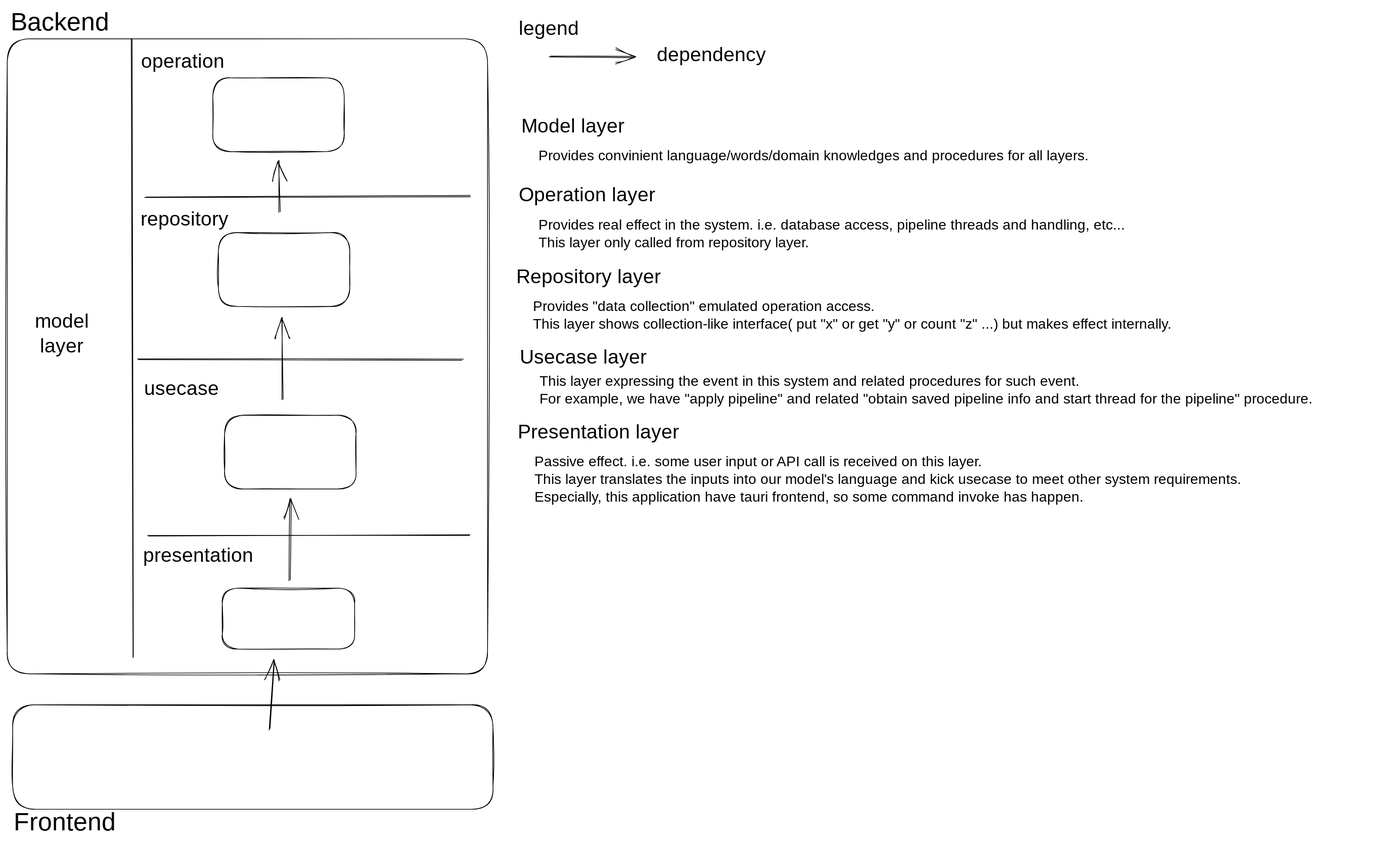
Earlier version of the Excalidraw export docs/architecture.svg (yuniruyuni/MrDamian-Old). Source tidied: one line per element, renumbered; positions are measured from the earlier drawing's top-left corner, leaving out a move shared by most shapes. Its diagram source:
```json
{"id": 0, "type": "rectangle", "strokeColor": "#000000", "strokeWidth": 1, "roughness": 1, "round": true, "x": 0, "y": 45, "width": 679, "height": 897}
{"id": 1, "type": "rectangle", "strokeColor": "#000000", "strokeWidth": 1, "roughness": 1, "round": true, "x": 8, "y": 986, "width": 679, "height": 148}
{"id": 2, "type": "text", "text": "Frontend", "strokeColor": "#000000", "strokeWidth": 1, "roughness": 1, "fontSize": 36, "fontFamily": 1, "x": 9, "y": 1130, "width": 150, "height": 45}
{"id": 3, "type": "text", "text": "Backend", "strokeColor": "#000000", "strokeWidth": 1, "roughness": 1, "fontSize": 36, "fontFamily": 1, "x": 5, "y": 0, "width": 143, "height": 45}
{"id": 4, "type": "rectangle", "strokeColor": "#000000", "strokeWidth": 1, "roughness": 1, "round": true, "x": 307, "y": 577, "width": 186, "height": 104}
{"id": 5, "type": "rectangle", "strokeColor": "#000000", "strokeWidth": 1, "roughness": 1, "round": true, "x": 298, "y": 319, "width": 186, "height": 104}
{"id": 6, "type": "rectangle", "strokeColor": "#000000", "strokeWidth": 1, "roughness": 1, "round": true, "x": 290, "y": 100, "width": 186, "height": 104}
{"id": 7, "type": "text", "text": "Model layer", "strokeColor": "#000000", "strokeWidth": 1, "roughness": 1, "fontSize": 28, "fontFamily": 1, "x": 726, "y": 152, "width": 156, "height": 35}
{"id": 8, "type": "text", "text": "Operation layer", "strokeColor": "#000000", "strokeWidth": 1, "roughness": 1, "fontSize": 28, "fontFamily": 1, "x": 723, "y": 249, "width": 211, "height": 35}
{"id": 9, "type": "text", "text": "Repository layer", "strokeColor": "#000000", "strokeWidth": 1, "roughness": 1, "fontSize": 28, "fontFamily": 1, "x": 719, "y": 365, "width": 222, "height": 35}
{"id": 10, "type": "text", "text": "Presentation layer", "strokeColor": "#000000", "strokeWidth": 1, "roughness": 1, "fontSize": 28, "fontFamily": 1, "x": 721, "y": 584, "width": 255, "height": 35}
{"id": 11, "type": "text", "text": "Usecase layer", "strokeColor": "#000000", "strokeWidth": 1, "roughness": 1, "fontSize": 28, "fontFamily": 1, "x": 725, "y": 479, "width": 194, "height": 35}
{"id": 12, "type": "text", "text": "Provides convinient language/words/domain knowledges and procedures for all layers.", "strokeColor": "#000000", "strokeWidth": 1, "roughness": 1, "fontSize": 20, "fontFamily": 1, "x": 750, "y": 198, "width": 828, "height": 25}
{"id": 13, "type": "text", "text": "Provides real effect in the system. i.e. database access, pipeline threads and handling, etc...\nThis layer only called from repository layer.", "strokeColor": "#000000", "strokeWidth": 1, "roughness": 1, "fontSize": 20, "fontFamily": 1, "x": 751, "y": 297, "width": 923, "height": 50}
{"id": 14, "type": "text", "text": "Provides \"data collection\" emulated operation access.\nThis layer shows collection-like interface( put \"x\" or get \"y\" or count \"z\" ...) but makes effect internally.", "strokeColor": "#000000", "strokeWidth": 1, "roughness": 1, "fontSize": 20, "fontFamily": 1, "x": 743, "y": 412, "width": 1035, "height": 50}
{"id": 15, "type": "text", "text": "This layer expressing the event in this system and related procedures for such event.\nFor example, we have \"apply pipeline\" and related \"obtain saved pipeline info and start thread for the pipeline\" procedure.", "strokeColor": "#000000", "strokeWidth": 1, "roughness": 1, "fontSize": 20, "fontFamily": 1, "x": 752, "y": 517, "width": 1199, "height": 50}
{"id": 16, "type": "text", "text": "Passive effect. i.e. some user input or API call is received on this layer.\nThis layer translates the inputs into our model's language and kick usecase to meet other system requirements.\nEspecially, this application have tauri frontend, so some command invoke has happen.", "strokeColor": "#000000", "strokeWidth": 1, "roughness": 1, "fontSize": 20, "fontFamily": 1, "x": 745, "y": 631, "width": 1120, "height": 75}
{"id": 17, "type": "line", "strokeColor": "#000000", "strokeWidth": 1, "roughness": 1, "round": true, "x": 185, "y": 498, "width": 459, "height": 0, "points": [[0, 0], [459, 0]]}
{"id": 18, "type": "line", "strokeColor": "#000000", "strokeWidth": 1, "roughness": 1, "round": true, "x": 195, "y": 268, "width": 459, "height": 0, "points": [[0, 0], [459, 0]]}
{"id": 19, "type": "line", "strokeColor": "#000000", "strokeWidth": 1, "roughness": 1, "round": true, "x": 176, "y": 44, "width": 1, "height": 874, "points": [[0, 0], [1, 874]]}
{"id": 20, "type": "line", "strokeColor": "#000000", "strokeWidth": 1, "roughness": 1, "round": true, "x": 199, "y": 747, "width": 454, "height": 1, "points": [[0, 0], [454, -1]]}
{"id": 21, "type": "text", "text": "usecase", "strokeColor": "#000000", "strokeWidth": 1, "roughness": 1, "fontSize": 28, "fontFamily": 1, "x": 193, "y": 523, "width": 110, "height": 35}
{"id": 22, "type": "text", "text": "operation", "strokeColor": "#000000", "strokeWidth": 1, "roughness": 1, "fontSize": 28, "fontFamily": 1, "x": 189, "y": 61, "width": 126, "height": 35}
{"id": 23, "type": "text", "text": "repository", "strokeColor": "#000000", "strokeWidth": 1, "roughness": 1, "fontSize": 28, "fontFamily": 1, "x": 188, "y": 284, "width": 135, "height": 35}
{"id": 24, "type": "text", "text": "presentation", "strokeColor": "#000000", "strokeWidth": 1, "roughness": 1, "fontSize": 28, "fontFamily": 1, "x": 192, "y": 759, "width": 170, "height": 35}
{"id": 25, "type": "text", "text": "model\nlayer", "strokeColor": "#000000", "strokeWidth": 1, "roughness": 1, "fontSize": 28, "fontFamily": 1, "textAlign": "center", "x": 41, "y": 428, "width": 72, "height": 70}
{"id": 26, "type": "rectangle", "strokeColor": "#000000", "strokeWidth": 1, "roughness": 1, "round": true, "x": 304, "y": 821, "width": 187, "height": 86}
{"id": 27, "type": "arrow", "strokeColor": "#000000", "strokeWidth": 1, "roughness": 1, "endArrowhead": "arrow", "round": true, "from": 26, "to": 4, "x": 399, "y": 811, "width": 1, "height": 114, "points": [[0, 0], [1, -114]]}
{"id": 28, "type": "arrow", "strokeColor": "#000000", "strokeWidth": 1, "roughness": 1, "endArrowhead": "arrow", "round": true, "x": 766, "y": 70, "width": 121, "height": 0, "points": [[0, 0], [121, 0]]}
{"id": 29, "type": "text", "text": "legend", "strokeColor": "#000000", "strokeWidth": 1, "roughness": 1, "fontSize": 28, "fontFamily": 1, "x": 723, "y": 14, "width": 81, "height": 35}
{"id": 30, "type": "text", "text": "dependency", "strokeColor": "#000000", "strokeWidth": 1, "roughness": 1, "fontSize": 28, "fontFamily": 1, "x": 918, "y": 51, "width": 145, "height": 35}
{"id": 31, "type": "arrow", "strokeColor": "#000000", "strokeWidth": 1, "roughness": 1, "endArrowhead": "arrow", "round": true, "from": 4, "to": 5, "x": 389, "y": 554, "width": 1, "height": 115, "points": [[0, 0], [-1, -115]]}
{"id": 32, "type": "arrow", "strokeColor": "#000000", "strokeWidth": 1, "roughness": 1, "endArrowhead": "arrow", "round": true, "to": 6, "x": 384, "y": 289, "width": 0, "height": 72, "points": [[0, 0], [0, -72]]}
{"id": 33, "type": "arrow", "strokeColor": "#000000", "strokeWidth": 1, "roughness": 1, "endArrowhead": "arrow", "round": true, "to": 26, "x": 371, "y": 1020, "width": 6, "height": 97, "points": [[0, 0], [6, -97]]}
```
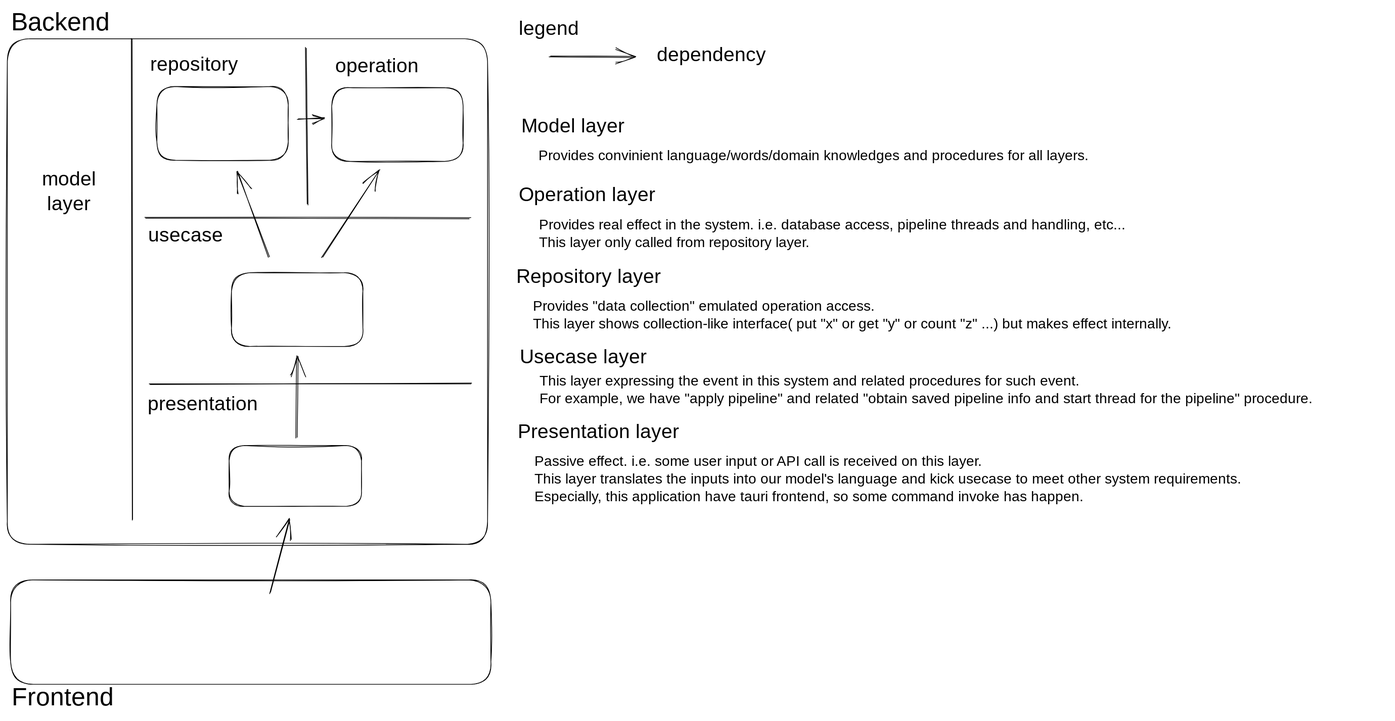
The same diagram one commit later.

The edit, as a diff of the source:
```diff
@@ -1,10 +1,10 @@
-{"id": 0, "type": "rectangle", "strokeColor": "#000000", "strokeWidth": 1, "roughness": 1, "round": true, "x": 0, "y": 45, "width": 679, "height": 897}
+{"id": 0, "type": "rectangle", "strokeColor": "#000000", "strokeWidth": 1, "roughness": 1, "round": true, "x": 0, "y": 45, "width": 679, "height": 715}
-{"id": 1, "type": "rectangle", "strokeColor": "#000000", "strokeWidth": 1, "roughness": 1, "round": true, "x": 8, "y": 986, "width": 679, "height": 148}
+{"id": 1, "type": "rectangle", "strokeColor": "#000000", "strokeWidth": 1, "roughness": 1, "round": true, "x": 5, "y": 810, "width": 679, "height": 148}
-{"id": 2, "type": "text", "text": "Frontend", "strokeColor": "#000000", "strokeWidth": 1, "roughness": 1, "fontSize": 36, "fontFamily": 1, "x": 9, "y": 1130, "width": 150, "height": 45}
+{"id": 2, "type": "text", "text": "Frontend", "strokeColor": "#000000", "strokeWidth": 1, "roughness": 1, "fontSize": 36, "fontFamily": 1, "x": 6, "y": 955, "width": 150, "height": 45}
 {"id": 3, "type": "text", "text": "Backend", "strokeColor": "#000000", "strokeWidth": 1, "roughness": 1, "fontSize": 36, "fontFamily": 1, "x": 5, "y": 0, "width": 143, "height": 45}
-{"id": 4, "type": "rectangle", "strokeColor": "#000000", "strokeWidth": 1, "roughness": 1, "round": true, "x": 307, "y": 577, "width": 186, "height": 104}
+{"id": 4, "type": "rectangle", "strokeColor": "#000000", "strokeWidth": 1, "roughness": 1, "round": true, "x": 317, "y": 376, "width": 186, "height": 104}
-{"id": 5, "type": "rectangle", "strokeColor": "#000000", "strokeWidth": 1, "roughness": 1, "round": true, "x": 298, "y": 319, "width": 186, "height": 104}
+{"id": 5, "type": "rectangle", "strokeColor": "#000000", "strokeWidth": 1, "roughness": 1, "round": true, "x": 211, "y": 112, "width": 186, "height": 104}
-{"id": 6, "type": "rectangle", "strokeColor": "#000000", "strokeWidth": 1, "roughness": 1, "round": true, "x": 290, "y": 100, "width": 186, "height": 104}
+{"id": 6, "type": "rectangle", "strokeColor": "#000000", "strokeWidth": 1, "roughness": 1, "round": true, "x": 458, "y": 114, "width": 186, "height": 104}
 {"id": 7, "type": "text", "text": "Model layer", "strokeColor": "#000000", "strokeWidth": 1, "roughness": 1, "fontSize": 28, "fontFamily": 1, "x": 726, "y": 152, "width": 156, "height": 35}
 {"id": 8, "type": "text", "text": "Operation layer", "strokeColor": "#000000", "strokeWidth": 1, "roughness": 1, "fontSize": 28, "fontFamily": 1, "x": 723, "y": 249, "width": 211, "height": 35}
 {"id": 9, "type": "text", "text": "Repository layer", "strokeColor": "#000000", "strokeWidth": 1, "roughness": 1, "fontSize": 28, "fontFamily": 1, "x": 719, "y": 365, "width": 222, "height": 35}
@@ -15,20 +15,21 @@
 {"id": 14, "type": "text", "text": "Provides \"data collection\" emulated operation access.\nThis layer shows collection-like interface( put \"x\" or get \"y\" or count \"z\" ...) but makes effect internally.", "strokeColor": "#000000", "strokeWidth": 1, "roughness": 1, "fontSize": 20, "fontFamily": 1, "x": 743, "y": 412, "width": 1035, "height": 50}
 {"id": 15, "type": "text", "text": "This layer expressing the event in this system and related procedures for such event.\nFor example, we have \"apply pipeline\" and related \"obtain saved pipeline info and start thread for the pipeline\" procedure.", "strokeColor": "#000000", "strokeWidth": 1, "roughness": 1, "fontSize": 20, "fontFamily": 1, "x": 752, "y": 517, "width": 1199, "height": 50}
 {"id": 16, "type": "text", "text": "Passive effect. i.e. some user input or API call is received on this layer.\nThis layer translates the inputs into our model's language and kick usecase to meet other system requirements.\nEspecially, this application have tauri frontend, so some command invoke has happen.", "strokeColor": "#000000", "strokeWidth": 1, "roughness": 1, "fontSize": 20, "fontFamily": 1, "x": 745, "y": 631, "width": 1120, "height": 75}
-{"id": 17, "type": "line", "strokeColor": "#000000", "strokeWidth": 1, "roughness": 1, "round": true, "x": 185, "y": 498, "width": 459, "height": 0, "points": [[0, 0], [459, 0]]}
+{"id": 17, "type": "line", "strokeColor": "#000000", "strokeWidth": 1, "roughness": 1, "round": true, "x": 195, "y": 299, "width": 459, "height": 0, "points": [[0, 0], [459, 0]]}
-{"id": 18, "type": "line", "strokeColor": "#000000", "strokeWidth": 1, "roughness": 1, "round": true, "x": 195, "y": 268, "width": 459, "height": 0, "points": [[0, 0], [459, 0]]}
+{"id": 34, "type": "line", "strokeColor": "#000000", "strokeWidth": 1, "roughness": 1, "round": true, "x": 422, "y": 59, "width": 3, "height": 220, "points": [[0, 0], [3, 220]]}
-{"id": 19, "type": "line", "strokeColor": "#000000", "strokeWidth": 1, "roughness": 1, "round": true, "x": 176, "y": 44, "width": 1, "height": 874, "points": [[0, 0], [1, 874]]}
+{"id": 19, "type": "line", "strokeColor": "#000000", "strokeWidth": 1, "roughness": 1, "round": true, "x": 176, "y": 44, "width": 0, "height": 681, "points": [[0, 0], [0, 681]]}
-{"id": 20, "type": "line", "strokeColor": "#000000", "strokeWidth": 1, "roughness": 1, "round": true, "x": 199, "y": 747, "width": 454, "height": 1, "points": [[0, 0], [454, -1]]}
+{"id": 20, "type": "line", "strokeColor": "#000000", "strokeWidth": 1, "roughness": 1, "round": true, "x": 202, "y": 533, "width": 454, "height": 1, "points": [[0, 0], [454, -1]]}
-{"id": 21, "type": "text", "text": "usecase", "strokeColor": "#000000", "strokeWidth": 1, "roughness": 1, "fontSize": 28, "fontFamily": 1, "x": 193, "y": 523, "width": 110, "height": 35}
+{"id": 21, "type": "text", "text": "usecase", "strokeColor": "#000000", "strokeWidth": 1, "roughness": 1, "fontSize": 28, "fontFamily": 1, "x": 199, "y": 307, "width": 110, "height": 35}
-{"id": 22, "type": "text", "text": "operation", "strokeColor": "#000000", "strokeWidth": 1, "roughness": 1, "fontSize": 28, "fontFamily": 1, "x": 189, "y": 61, "width": 126, "height": 35}
+{"id": 22, "type": "text", "text": "operation", "strokeColor": "#000000", "strokeWidth": 1, "roughness": 1, "fontSize": 28, "fontFamily": 1, "x": 463, "y": 67, "width": 126, "height": 35}
-{"id": 23, "type": "text", "text": "repository", "strokeColor": "#000000", "strokeWidth": 1, "roughness": 1, "fontSize": 28, "fontFamily": 1, "x": 188, "y": 284, "width": 135, "height": 35}
+{"id": 23, "type": "text", "text": "repository", "strokeColor": "#000000", "strokeWidth": 1, "roughness": 1, "fontSize": 28, "fontFamily": 1, "x": 202, "y": 65, "width": 135, "height": 35}
-{"id": 24, "type": "text", "text": "presentation", "strokeColor": "#000000", "strokeWidth": 1, "roughness": 1, "fontSize": 28, "fontFamily": 1, "x": 192, "y": 759, "width": 170, "height": 35}
+{"id": 24, "type": "text", "text": "presentation", "strokeColor": "#000000", "strokeWidth": 1, "roughness": 1, "fontSize": 28, "fontFamily": 1, "x": 198, "y": 545, "width": 170, "height": 35}
-{"id": 25, "type": "text", "text": "model\nlayer", "strokeColor": "#000000", "strokeWidth": 1, "roughness": 1, "fontSize": 28, "fontFamily": 1, "textAlign": "center", "x": 41, "y": 428, "width": 72, "height": 70}
+{"id": 25, "type": "text", "text": "model\nlayer", "strokeColor": "#000000", "strokeWidth": 1, "roughness": 1, "fontSize": 28, "fontFamily": 1, "textAlign": "center", "x": 51, "y": 227, "width": 72, "height": 70}
-{"id": 26, "type": "rectangle", "strokeColor": "#000000", "strokeWidth": 1, "roughness": 1, "round": true, "x": 304, "y": 821, "width": 187, "height": 86}
+{"id": 26, "type": "rectangle", "strokeColor": "#000000", "strokeWidth": 1, "roughness": 1, "round": true, "x": 313, "y": 620, "width": 187, "height": 86}
-{"id": 27, "type": "arrow", "strokeColor": "#000000", "strokeWidth": 1, "roughness": 1, "endArrowhead": "arrow", "round": true, "from": 26, "to": 4, "x": 399, "y": 811, "width": 1, "height": 114, "points": [[0, 0], [1, -114]]}
+{"id": 27, "type": "arrow", "strokeColor": "#000000", "strokeWidth": 1, "roughness": 1, "endArrowhead": "arrow", "round": true, "from": 26, "to": 4, "x": 408, "y": 610, "width": 1, "height": 114, "points": [[0, 0], [1, -114]]}
 {"id": 28, "type": "arrow", "strokeColor": "#000000", "strokeWidth": 1, "roughness": 1, "endArrowhead": "arrow", "round": true, "x": 766, "y": 70, "width": 121, "height": 0, "points": [[0, 0], [121, 0]]}
 {"id": 29, "type": "text", "text": "legend", "strokeColor": "#000000", "strokeWidth": 1, "roughness": 1, "fontSize": 28, "fontFamily": 1, "x": 723, "y": 14, "width": 81, "height": 35}
 {"id": 30, "type": "text", "text": "dependency", "strokeColor": "#000000", "strokeWidth": 1, "roughness": 1, "fontSize": 28, "fontFamily": 1, "x": 918, "y": 51, "width": 145, "height": 35}
-{"id": 31, "type": "arrow", "strokeColor": "#000000", "strokeWidth": 1, "roughness": 1, "endArrowhead": "arrow", "round": true, "from": 4, "to": 5, "x": 389, "y": 554, "width": 1, "height": 115, "points": [[0, 0], [-1, -115]]}
+{"id": 31, "type": "arrow", "strokeColor": "#000000", "strokeWidth": 1, "roughness": 1, "endArrowhead": "arrow", "round": true, "from": 4, "to": 5, "x": 370, "y": 353, "width": 45, "height": 121, "points": [[0, 0], [-45, -121]]}
-{"id": 32, "type": "arrow", "strokeColor": "#000000", "strokeWidth": 1, "roughness": 1, "endArrowhead": "arrow", "round": true, "to": 6, "x": 384, "y": 289, "width": 0, "height": 72, "points": [[0, 0], [0, -72]]}
+{"id": 32, "type": "arrow", "strokeColor": "#000000", "strokeWidth": 1, "roughness": 1, "endArrowhead": "arrow", "round": true, "from": 4, "to": 6, "x": 444, "y": 354, "width": 82, "height": 123, "points": [[0, 0], [82, -123]]}
-{"id": 33, "type": "arrow", "strokeColor": "#000000", "strokeWidth": 1, "roughness": 1, "endArrowhead": "arrow", "round": true, "to": 26, "x": 371, "y": 1020, "width": 6, "height": 97, "points": [[0, 0], [6, -97]]}
+{"id": 33, "type": "arrow", "strokeColor": "#000000", "strokeWidth": 1, "roughness": 1, "endArrowhead": "arrow", "round": true, "to": 26, "x": 371, "y": 828, "width": 27, "height": 104, "points": [[0, 0], [27, -104]]}
+{"id": 35, "type": "arrow", "strokeColor": "#000000", "strokeWidth": 1, "roughness": 1, "endArrowhead": "arrow", "round": true, "from": 5, "to": 6, "x": 411, "y": 158, "width": 36, "height": 2, "points": [[0, 0], [36, -2]]}
```
